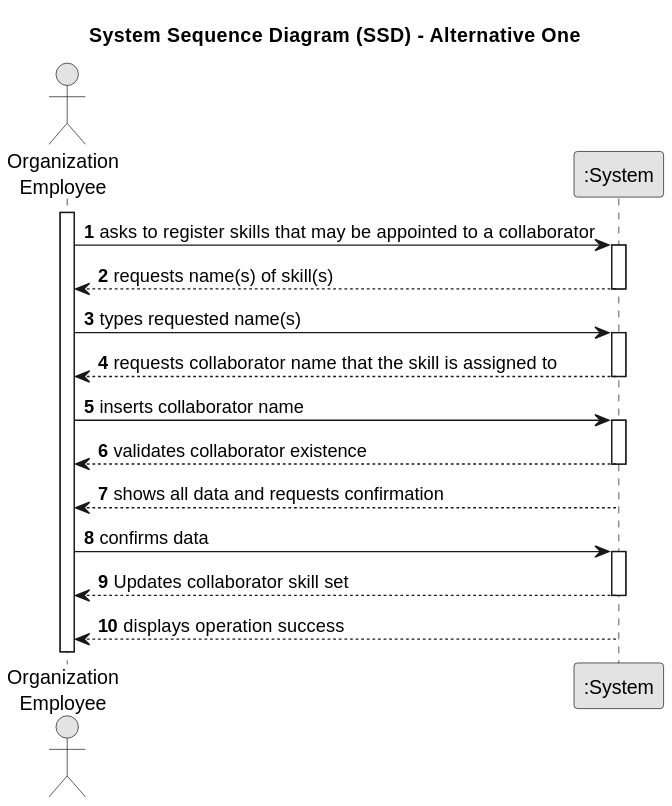
Earlier version of the PlantUML export docs/sprintA/us004/01.requirements-engineering/svg/us004-system-sequence-diagram-alternative-one.svg (tiagosoa/lei-24-s2-1dgh-g073).
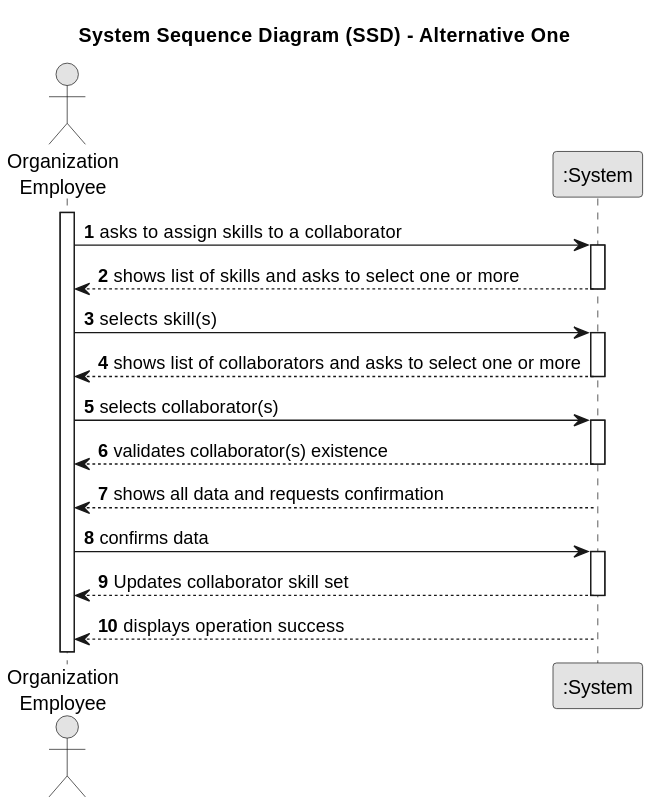
Later version of the same file.

What changed in the source:
```diff
@@ -12,22 +12,22 @@
 
 activate Employee
 
-    Employee -> System : asks to register skills that may be appointed to a collaborator
+    Employee -> System : asks to assign skills to a collaborator
     activate System
 
-        System --> Employee : requests name(s) of skill(s)
+    System --> Employee : shows list of skills and asks to select one or more
     deactivate System
 
-    Employee -> System : types requested name(s)
+    Employee -> System : selects skill(s)
     activate System
 
-    System --> Employee : requests collaborator name that the skill is assigned to
+    System --> Employee : shows list of collaborators and asks to select one or more
     deactivate System
 
-    Employee -> System : inserts collaborator name
+    Employee -> System : selects collaborator(s)
     activate System
 
-    System --> Employee : validates collaborator existence
+    System --> Employee : validates collaborator(s) existence
     deactivate System
 
         System --> Employee : shows all data and requests confirmation
```
